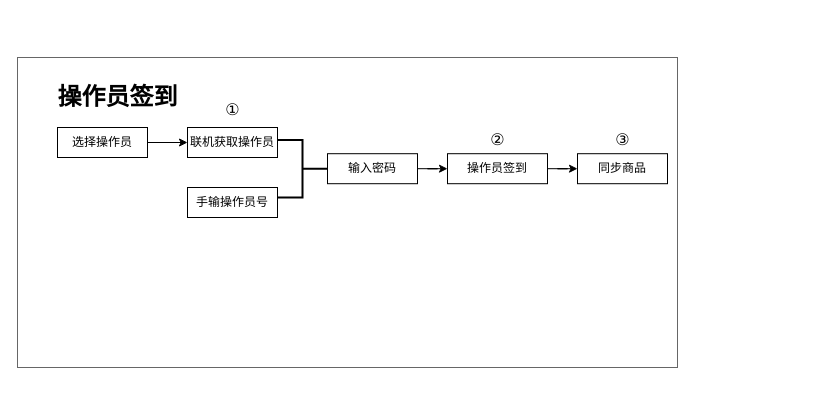
Above: Untitled Diagram.drawio in xin78693304/mycharts (draw.io), before the change. Source tidied: cells renumbered, new cells numbered last; positions are measured from the earlier drawing's top-left corner, leaving out a move shared by most shapes. Both pictures are drawn from the tidied source at 100%, with x=0, y=0 at pixel (17, 57).
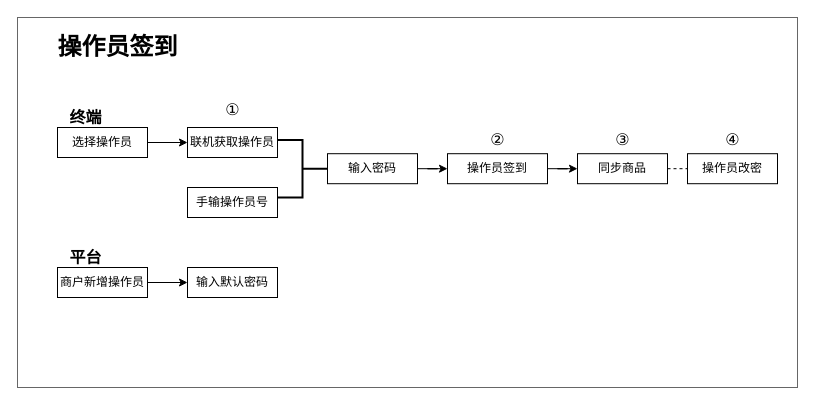
The same page after the edit.

Unchanged cells that the change refers to:
```xml
<mxCell id="15" value="同步商品" style="rounded=0;whiteSpace=wrap;html=1;" parent="1" vertex="1">
  <mxGeometry x="560" y="96.2" width="90" height="30" as="geometry" />
</mxCell>
```

Diff of the diagram source:
```diff
@@
     <mxCell id="2" style="rounded=0;whiteSpace=wrap;html=1;fillColor=none;opacity=60;glass=0;" parent="1" vertex="1">
-      <mxGeometry width="660" height="310" as="geometry" />
+      <mxGeometry y="-40" width="780" height="370" as="geometry" />
     </mxCell>
@@
     <mxCell id="12" value="操作员签到" style="text;strokeColor=none;fillColor=none;html=1;fontSize=24;fontStyle=1;verticalAlign=middle;align=center;" parent="1" vertex="1">
-      <mxGeometry x="50" y="20" width="100" height="40" as="geometry" />
+      <mxGeometry x="50" y="-30" width="100" height="40" as="geometry" />
     </mxCell>
@@
+    <mxCell id="17" value="终端" style="text;strokeColor=none;fillColor=none;html=1;fontSize=16;fontStyle=1;verticalAlign=middle;align=center;" parent="1" vertex="1">
+      <mxGeometry x="35" y="50" width="65" height="20" as="geometry" />
+    </mxCell>
+    <mxCell id="18" value="平台" style="text;strokeColor=none;fillColor=none;html=1;fontSize=16;fontStyle=1;verticalAlign=middle;align=center;" parent="1" vertex="1">
+      <mxGeometry x="35" y="190" width="65" height="20" as="geometry" />
+    </mxCell>
+    <mxCell id="19" style="edgeStyle=orthogonalEdgeStyle;rounded=0;jettySize=auto;html=1;exitX=1;exitY=0.5;exitDx=0;exitDy=0;entryX=0;entryY=0.5;entryDx=0;entryDy=0;fontSize=16;" parent="1" edge="1" source="20" target="21">
+      <mxGeometry relative="1" as="geometry" />
+    </mxCell>
+    <mxCell id="20" value="商户新增操作员" style="rounded=0;whiteSpace=wrap;html=1;" parent="1" vertex="1">
+      <mxGeometry x="40" y="210" width="90" height="30" as="geometry" />
+    </mxCell>
+    <mxCell id="21" value="输入默认密码" style="rounded=0;whiteSpace=wrap;html=1;" parent="1" vertex="1">
+      <mxGeometry x="170" y="210" width="90" height="30" as="geometry" />
+    </mxCell>
+    <mxCell id="22" value="操作员改密" style="rounded=0;whiteSpace=wrap;html=1;" parent="1" vertex="1">
+      <mxGeometry x="670" y="96.2" width="90" height="30" as="geometry" />
+    </mxCell>
+    <mxCell id="23" style="endArrow=none;dashed=1;html=1;fontSize=16;entryX=0;entryY=0.5;entryDx=0;entryDy=0;exitX=1;exitY=0.5;exitDx=0;exitDy=0;" parent="1" edge="1" source="15" target="22">
+      <mxGeometry relative="1" as="geometry" />
+    </mxCell>
+    <mxCell id="24" value="&lt;span style=&quot;font-weight: normal&quot;&gt;&lt;font style=&quot;font-size: 16px&quot;&gt;④&lt;/font&gt;&lt;/span&gt;" style="text;strokeColor=none;fillColor=none;html=1;fontSize=24;fontStyle=1;verticalAlign=middle;align=center;" parent="1" vertex="1">
+      <mxGeometry x="705" y="70" width="20" height="20" as="geometry" />
+    </mxCell>
```
